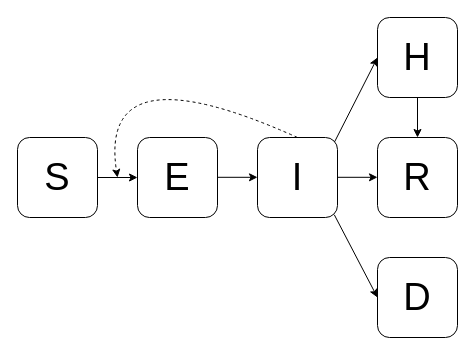
The draw.io diagram SEIR/Untitled Diagram.drawio in wzmli/epi_hackathon, before the edit. Source tidied: cells renumbered, new cells numbered last; positions are measured from the earlier drawing's top-left corner, leaving out a move shared by most shapes. Both pictures are drawn from the tidied source at 100%, with x=0, y=0 at pixel (17, 17).
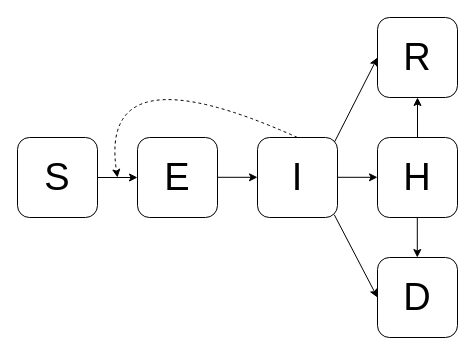
The same page after the edit.

Diff of the diagram source:
```diff
@@
-    <mxCell id="5" value="&lt;font style=&quot;font-size: 38px;&quot;&gt;H&lt;/font&gt;" style="rounded=1;whiteSpace=wrap;html=1;" parent="1" vertex="1">
+    <mxCell id="5" value="&lt;font style=&quot;font-size: 38px;&quot;&gt;R&lt;/font&gt;" style="rounded=1;whiteSpace=wrap;html=1;" parent="1" vertex="1">
       <mxGeometry x="360" width="80" height="80" as="geometry" />
     </mxCell>
@@
-    <mxCell id="7" value="&lt;font style=&quot;font-size: 38px;&quot;&gt;R&lt;/font&gt;" style="rounded=1;whiteSpace=wrap;html=1;" parent="1" vertex="1">
+    <mxCell id="7" value="&lt;font style=&quot;font-size: 38px;&quot;&gt;H&lt;/font&gt;" style="rounded=1;whiteSpace=wrap;html=1;" parent="1" vertex="1">
       <mxGeometry x="360" y="120" width="80" height="80" as="geometry" />
     </mxCell>
@@
-    <mxCell id="11" style="endArrow=classic;html=1;rounded=0;exitX=0.5;exitY=1;exitDx=0;exitDy=0;" parent="1" edge="1" source="5" target="7">
+    <mxCell id="11" style="endArrow=classic;html=1;rounded=0;exitX=0.5;exitY=0;exitDx=0;exitDy=0;entryX=0.5;entryY=1;entryDx=0;entryDy=0;" parent="1" edge="1" source="7" target="5">
       <mxGeometry relative="1" as="geometry" />
     </mxCell>
@@
+    <mxCell id="15" style="endArrow=classic;html=1;rounded=0;exitX=0.5;exitY=1;exitDx=0;exitDy=0;" parent="1" edge="1">
+      <mxGeometry relative="1" as="geometry">
+        <mxPoint x="399.8" y="200" as="sourcePoint" />
+        <mxPoint x="399.8" y="240" as="targetPoint" />
+      </mxGeometry>
+    </mxCell>
```
